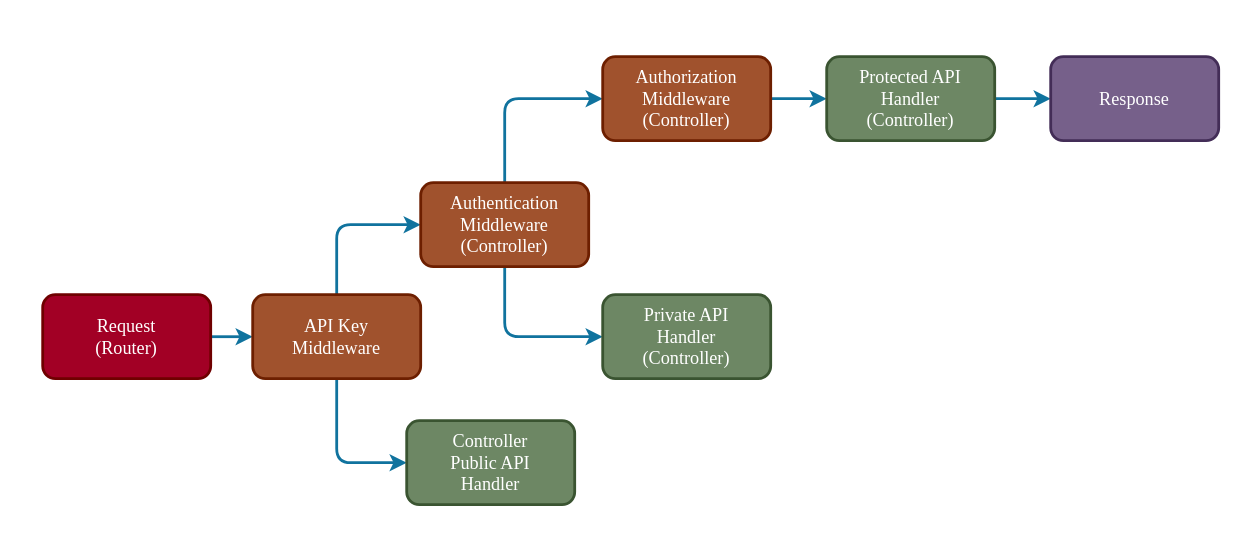
unusualcodeorg/goserve keeps this draw.io diagram as .extra/docs/request-flow.svg. Above is the earlier version. Source tidied: cells renumbered, new cells last; positions are measured from the earlier drawing's top-left corner, leaving out a move shared by most shapes. Its diagram source:
```xml
<mxGraphModel>
  <root>
    <mxCell id="0" />
    <mxCell id="1" parent="0" />
    <mxCell id="2" style="edgeStyle=orthogonalEdgeStyle;rounded=1;jettySize=auto;html=1;exitX=1;exitY=0.5;exitDx=0;exitDy=0;entryX=0;entryY=0.5;entryDx=0;entryDy=0;fontFamily=Tahoma;fontSize=13;curved=0;strokeWidth=2;fillColor=#b1ddf0;strokeColor=#10739e;" parent="1" edge="1" source="3" target="6">
      <mxGeometry relative="1" as="geometry" />
    </mxCell>
    <mxCell id="3" value="Request&lt;div style=&quot;font-size: 13px;&quot;&gt;(Router)&lt;/div&gt;" style="rounded=1;whiteSpace=wrap;html=1;fontFamily=Tahoma;fontSize=13;strokeWidth=2;fillColor=#a20025;fontColor=#ffffff;strokeColor=#6F0000;" parent="1" vertex="1">
      <mxGeometry y="170" width="120" height="60" as="geometry" />
    </mxCell>
    <mxCell id="4" style="edgeStyle=orthogonalEdgeStyle;rounded=1;jettySize=auto;html=1;exitX=0.5;exitY=0;exitDx=0;exitDy=0;entryX=0;entryY=0.5;entryDx=0;entryDy=0;fontFamily=Tahoma;fontSize=13;curved=0;strokeWidth=2;fillColor=#b1ddf0;strokeColor=#10739e;" parent="1" edge="1" source="6" target="10">
      <mxGeometry relative="1" as="geometry" />
    </mxCell>
    <mxCell id="5" style="edgeStyle=orthogonalEdgeStyle;rounded=1;jettySize=auto;html=1;exitX=0.5;exitY=1;exitDx=0;exitDy=0;entryX=0;entryY=0.5;entryDx=0;entryDy=0;fontFamily=Tahoma;fontSize=13;curved=0;strokeWidth=2;fillColor=#b1ddf0;strokeColor=#10739e;" parent="1" edge="1" source="6" target="7">
      <mxGeometry relative="1" as="geometry" />
    </mxCell>
    <mxCell id="6" value="&lt;div style=&quot;font-size: 13px;&quot;&gt;API Key&lt;/div&gt;Middleware" style="rounded=1;whiteSpace=wrap;html=1;fontFamily=Tahoma;fontSize=13;strokeWidth=2;fillColor=#a0522d;fontColor=#ffffff;strokeColor=#6D1F00;" parent="1" vertex="1">
      <mxGeometry x="150" y="170" width="120" height="60" as="geometry" />
    </mxCell>
    <mxCell id="7" value="&lt;div style=&quot;font-size: 13px;&quot;&gt;Controller&lt;/div&gt;Public API&lt;div style=&quot;font-size: 13px;&quot;&gt;&lt;/div&gt;&lt;div style=&quot;font-size: 13px;&quot;&gt;Handler&lt;/div&gt;" style="rounded=1;whiteSpace=wrap;html=1;fontFamily=Tahoma;fontSize=13;strokeWidth=2;fillColor=#6d8764;strokeColor=#3A5431;fontColor=#ffffff;" parent="1" vertex="1">
      <mxGeometry x="260" y="260" width="120" height="60" as="geometry" />
    </mxCell>
    <mxCell id="8" style="edgeStyle=orthogonalEdgeStyle;rounded=1;jettySize=auto;html=1;exitX=0.5;exitY=0;exitDx=0;exitDy=0;entryX=0;entryY=0.5;entryDx=0;entryDy=0;fontFamily=Tahoma;fontSize=13;curved=0;strokeWidth=2;fillColor=#b1ddf0;strokeColor=#10739e;" parent="1" edge="1" source="10" target="13">
      <mxGeometry relative="1" as="geometry" />
    </mxCell>
    <mxCell id="9" style="edgeStyle=orthogonalEdgeStyle;rounded=1;jettySize=auto;html=1;exitX=0.5;exitY=1;exitDx=0;exitDy=0;entryX=0;entryY=0.5;entryDx=0;entryDy=0;fontFamily=Tahoma;fontSize=13;curved=0;strokeWidth=2;fillColor=#b1ddf0;strokeColor=#10739e;" parent="1" edge="1" source="10" target="11">
      <mxGeometry relative="1" as="geometry" />
    </mxCell>
    <mxCell id="10" value="&lt;div style=&quot;font-size: 13px;&quot;&gt;&lt;span style=&quot;background-color: initial; font-size: 13px;&quot;&gt;Authentication&lt;/span&gt;&lt;br style=&quot;font-size: 13px;&quot;&gt;&lt;/div&gt;&lt;div style=&quot;font-size: 13px;&quot;&gt;Middleware&lt;/div&gt;&lt;div style=&quot;font-size: 13px;&quot;&gt;(&lt;span style=&quot;background-color: initial; font-size: 13px;&quot;&gt;Controller&lt;/span&gt;&lt;span style=&quot;background-color: initial; font-size: 13px;&quot;&gt;)&lt;/span&gt;&lt;/div&gt;&lt;div style=&quot;font-size: 13px;&quot;&gt;&lt;/div&gt;" style="rounded=1;whiteSpace=wrap;html=1;fontFamily=Tahoma;fontSize=13;strokeWidth=2;fillColor=#a0522d;fontColor=#ffffff;strokeColor=#6D1F00;" parent="1" vertex="1">
      <mxGeometry x="270" y="90" width="120" height="60" as="geometry" />
    </mxCell>
    <mxCell id="11" value="&lt;div style=&quot;font-size: 13px;&quot;&gt;&lt;span style=&quot;background-color: initial; font-size: 13px;&quot;&gt;Private API&lt;/span&gt;&lt;br style=&quot;font-size: 13px;&quot;&gt;&lt;/div&gt;&lt;div style=&quot;font-size: 13px;&quot;&gt;Handler&lt;/div&gt;&lt;div style=&quot;font-size: 13px;&quot;&gt;(&lt;span style=&quot;background-color: initial; font-size: 13px;&quot;&gt;Controller&lt;/span&gt;&lt;span style=&quot;background-color: initial; font-size: 13px;&quot;&gt;)&lt;/span&gt;&lt;br style=&quot;font-size: 13px;&quot;&gt;&lt;/div&gt;&lt;div style=&quot;font-size: 13px;&quot;&gt;&lt;/div&gt;" style="rounded=1;whiteSpace=wrap;html=1;fontFamily=Tahoma;fontSize=13;strokeWidth=2;fillColor=#6d8764;fontColor=#ffffff;strokeColor=#3A5431;" parent="1" vertex="1">
      <mxGeometry x="400" y="170" width="120" height="60" as="geometry" />
    </mxCell>
    <mxCell id="12" style="edgeStyle=orthogonalEdgeStyle;rounded=1;jettySize=auto;html=1;exitX=1;exitY=0.5;exitDx=0;exitDy=0;entryX=0;entryY=0.5;entryDx=0;entryDy=0;fontFamily=Tahoma;fontSize=13;curved=0;strokeWidth=2;fillColor=#b1ddf0;strokeColor=#10739e;" parent="1" edge="1" source="13" target="15">
      <mxGeometry relative="1" as="geometry" />
    </mxCell>
    <mxCell id="13" value="&lt;div style=&quot;font-size: 13px;&quot;&gt;&lt;span style=&quot;background-color: initial; font-size: 13px;&quot;&gt;Authorization&lt;/span&gt;&lt;br style=&quot;font-size: 13px;&quot;&gt;&lt;/div&gt;&lt;div style=&quot;font-size: 13px;&quot;&gt;Middleware&lt;/div&gt;&lt;div style=&quot;font-size: 13px;&quot;&gt;(&lt;span style=&quot;background-color: initial; font-size: 13px;&quot;&gt;Controller&lt;/span&gt;&lt;span style=&quot;background-color: initial; font-size: 13px;&quot;&gt;)&lt;/span&gt;&lt;br style=&quot;font-size: 13px;&quot;&gt;&lt;/div&gt;&lt;div style=&quot;font-size: 13px;&quot;&gt;&lt;/div&gt;" style="rounded=1;whiteSpace=wrap;html=1;fontFamily=Tahoma;fontSize=13;strokeWidth=2;fillColor=#a0522d;fontColor=#ffffff;strokeColor=#6D1F00;" parent="1" vertex="1">
      <mxGeometry x="400" width="120" height="60" as="geometry" />
    </mxCell>
    <mxCell id="14" style="edgeStyle=orthogonalEdgeStyle;rounded=1;jettySize=auto;html=1;exitX=1;exitY=0.5;exitDx=0;exitDy=0;entryX=0;entryY=0.5;entryDx=0;entryDy=0;fontFamily=Tahoma;fontSize=13;curved=0;strokeWidth=2;fillColor=#b1ddf0;strokeColor=#10739e;" parent="1" edge="1" source="15" target="16">
      <mxGeometry relative="1" as="geometry" />
    </mxCell>
    <mxCell id="15" value="&lt;div style=&quot;font-size: 13px;&quot;&gt;&lt;span style=&quot;background-color: initial; font-size: 13px;&quot;&gt;Protected API&lt;/span&gt;&lt;br style=&quot;font-size: 13px;&quot;&gt;&lt;/div&gt;&lt;div style=&quot;font-size: 13px;&quot;&gt;Handler&lt;/div&gt;&lt;div style=&quot;font-size: 13px;&quot;&gt;(&lt;span style=&quot;background-color: initial; font-size: 13px;&quot;&gt;Controller&lt;/span&gt;&lt;span style=&quot;background-color: initial; font-size: 13px;&quot;&gt;)&lt;/span&gt;&lt;br style=&quot;font-size: 13px;&quot;&gt;&lt;/div&gt;&lt;div style=&quot;font-size: 13px;&quot;&gt;&lt;/div&gt;" style="rounded=1;whiteSpace=wrap;html=1;fontFamily=Tahoma;fontSize=13;strokeWidth=2;fillColor=#6d8764;fontColor=#ffffff;strokeColor=#3A5431;" parent="1" vertex="1">
      <mxGeometry x="560" width="120" height="60" as="geometry" />
    </mxCell>
    <mxCell id="16" value="&lt;div style=&quot;font-size: 13px;&quot;&gt;Response&lt;/div&gt;&lt;div style=&quot;font-size: 13px;&quot;&gt;&lt;/div&gt;" style="rounded=1;whiteSpace=wrap;html=1;fontFamily=Tahoma;fontSize=13;strokeWidth=2;fillColor=#76608a;fontColor=#ffffff;strokeColor=#432D57;" parent="1" vertex="1">
      <mxGeometry x="720" width="120" height="60" as="geometry" />
    </mxCell>
  </root>
</mxGraphModel>
```
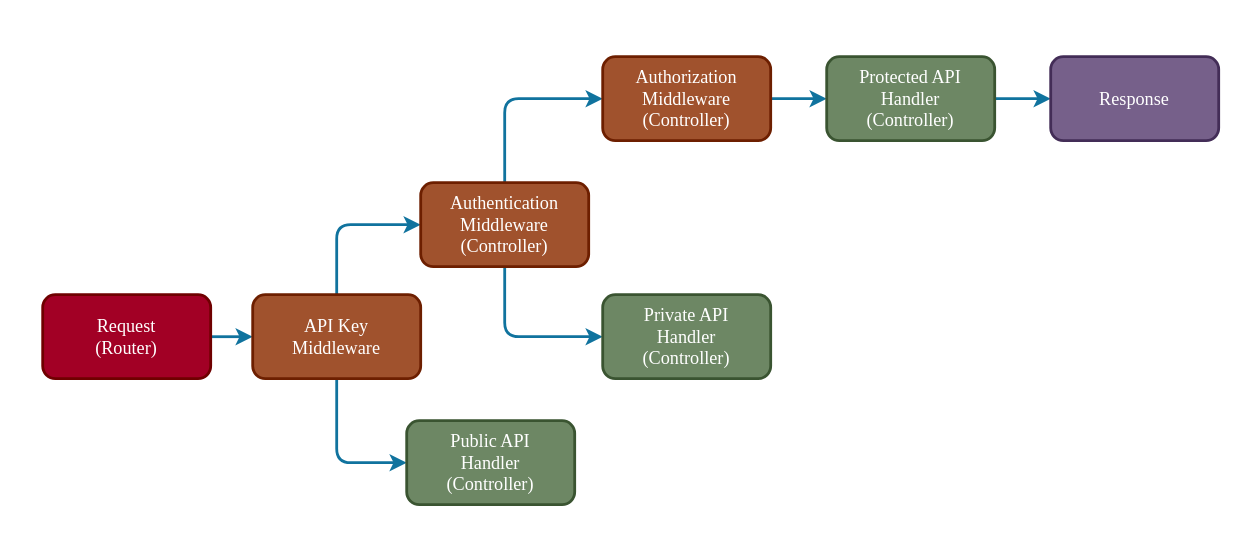
The same diagram one commit later.

What changed in the source:
```diff
@@ -17,7 +17,7 @@
     <mxCell id="6" value="&lt;div style=&quot;font-size: 13px;&quot;&gt;API Key&lt;/div&gt;Middleware" style="rounded=1;whiteSpace=wrap;html=1;fontFamily=Tahoma;fontSize=13;strokeWidth=2;fillColor=#a0522d;fontColor=#ffffff;strokeColor=#6D1F00;" parent="1" vertex="1">
       <mxGeometry x="150" y="170" width="120" height="60" as="geometry" />
     </mxCell>
-    <mxCell id="7" value="&lt;div style=&quot;font-size: 13px;&quot;&gt;Controller&lt;/div&gt;Public API&lt;div style=&quot;font-size: 13px;&quot;&gt;&lt;/div&gt;&lt;div style=&quot;font-size: 13px;&quot;&gt;Handler&lt;/div&gt;" style="rounded=1;whiteSpace=wrap;html=1;fontFamily=Tahoma;fontSize=13;strokeWidth=2;fillColor=#6d8764;strokeColor=#3A5431;fontColor=#ffffff;" parent="1" vertex="1">
+    <mxCell id="7" value="&lt;div style=&quot;font-size: 13px;&quot;&gt;&lt;span style=&quot;background-color: initial;&quot;&gt;Public API&lt;/span&gt;&lt;br&gt;&lt;/div&gt;&lt;div style=&quot;font-size: 13px;&quot;&gt;&lt;/div&gt;&lt;div style=&quot;font-size: 13px;&quot;&gt;Handler&lt;/div&gt;&lt;div style=&quot;font-size: 13px;&quot;&gt;(&lt;span style=&quot;background-color: initial;&quot;&gt;Controller&lt;/span&gt;&lt;span style=&quot;background-color: initial;&quot;&gt;)&lt;/span&gt;&lt;/div&gt;" style="rounded=1;whiteSpace=wrap;html=1;fontFamily=Tahoma;fontSize=13;strokeWidth=2;fillColor=#6d8764;strokeColor=#3A5431;fontColor=#ffffff;" parent="1" vertex="1">
       <mxGeometry x="260" y="260" width="120" height="60" as="geometry" />
     </mxCell>
     <mxCell id="8" style="edgeStyle=orthogonalEdgeStyle;rounded=1;jettySize=auto;html=1;exitX=0.5;exitY=0;exitDx=0;exitDy=0;entryX=0;entryY=0.5;entryDx=0;entryDy=0;fontFamily=Tahoma;fontSize=13;curved=0;strokeWidth=2;fillColor=#b1ddf0;strokeColor=#10739e;" parent="1" edge="1" source="10" target="13">
```
